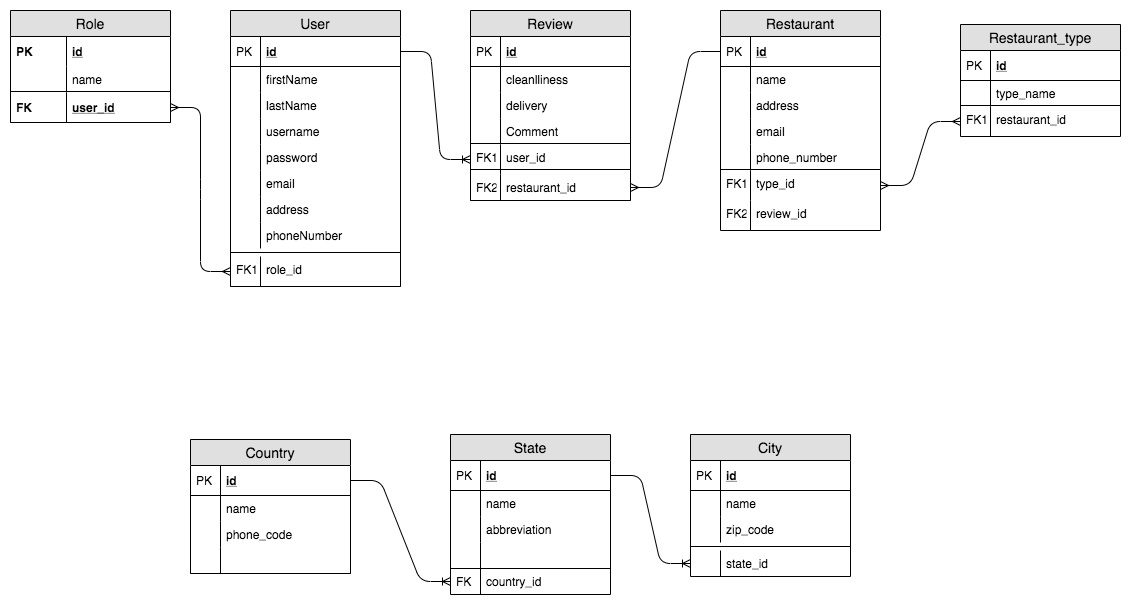
Before: foody-EntityDiagram.png, a diagram exported from draw.io (tttkhai/foody). Source tidied: cells renumbered, new cells last; positions are measured from the earlier drawing's top-left corner, leaving out a move shared by most shapes.
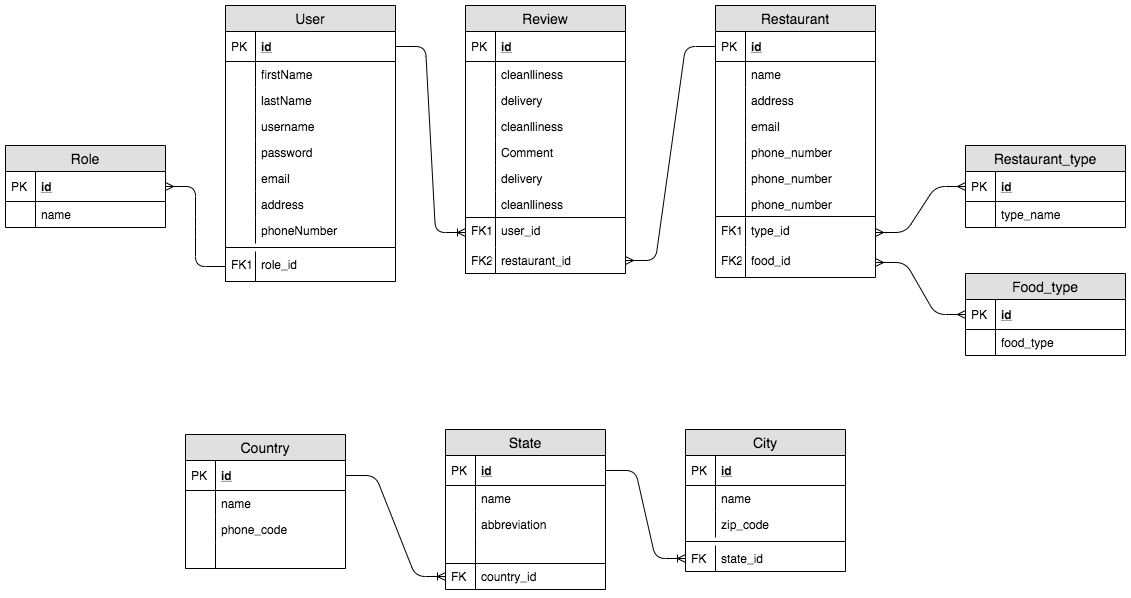
The same diagram one commit later.

Commit message:
update entity relationship diagram

Diff of the diagram source:
```diff
@@ -62,35 +62,8 @@
     <mxCell id="21" value="FK1" style="shape=partialRectangle;top=0;left=0;bottom=0;fillColor=none;align=left;verticalAlign=top;spacingLeft=4;spacingRight=4;overflow=hidden;fontSize=12;" parent="20" vertex="1">
       <mxGeometry width="30" height="30" as="geometry" />
     </mxCell>
-    <mxCell id="22" value="Role" style="swimlane;fontStyle=0;horizontal=1;startSize=26;fillColor=#e0e0e0;swimlaneFillColor=#ffffff;align=center;fontSize=14;" parent="1" vertex="1">
-      <mxGeometry width="160" height="112" as="geometry" />
-    </mxCell>
-    <mxCell id="23" value="id" style="shape=partialRectangle;top=0;left=0;right=0;bottom=0;align=left;verticalAlign=middle;fillColor=none;spacingLeft=60;spacingRight=4;overflow=hidden;fontStyle=5;fontSize=12;" parent="22" vertex="1">
-      <mxGeometry y="26" width="160" height="30" as="geometry" />
-    </mxCell>
-    <mxCell id="24" value="PK" style="shape=partialRectangle;fontStyle=1;top=0;left=0;bottom=0;fillColor=none;align=left;verticalAlign=middle;spacingLeft=4;spacingRight=4;overflow=hidden;fontSize=12;" parent="23" vertex="1">
-      <mxGeometry width="56" height="30" as="geometry" />
-    </mxCell>
-    <mxCell id="25" value="name" style="shape=partialRectangle;top=0;left=0;right=0;bottom=0;align=left;verticalAlign=top;fillColor=none;spacingLeft=60;spacingRight=4;overflow=hidden;fontSize=12;" parent="22" vertex="1">
-      <mxGeometry y="56" width="160" height="26" as="geometry" />
-    </mxCell>
-    <mxCell id="26" style="shape=partialRectangle;top=0;left=0;bottom=0;fillColor=none;align=left;verticalAlign=top;spacingLeft=4;spacingRight=4;overflow=hidden;fontSize=12;" parent="25" vertex="1">
-      <mxGeometry width="56" height="26" as="geometry" />
-    </mxCell>
-    <mxCell id="27" style="endArrow=none;html=1;rounded=0;" parent="22" edge="1">
-      <mxGeometry relative="1" as="geometry">
-        <mxPoint y="81" as="sourcePoint" />
-        <mxPoint x="160" y="81" as="targetPoint" />
-      </mxGeometry>
-    </mxCell>
-    <mxCell id="28" value="user_id" style="shape=partialRectangle;top=0;left=0;right=0;bottom=1;align=left;verticalAlign=middle;fillColor=none;spacingLeft=60;spacingRight=4;overflow=hidden;points=[[0,0.5],[1,0.5]];portConstraint=eastwest;fontStyle=5;fontSize=12;" parent="22" vertex="1">
-      <mxGeometry y="82" width="160" height="30" as="geometry" />
-    </mxCell>
-    <mxCell id="29" value="FK" style="shape=partialRectangle;fontStyle=1;top=0;left=0;bottom=0;fillColor=none;align=left;verticalAlign=middle;spacingLeft=4;spacingRight=4;overflow=hidden;fontSize=12;" parent="28" vertex="1">
-      <mxGeometry width="56" height="30" as="geometry" />
-    </mxCell>
     <mxCell id="30" value="Restaurant" style="swimlane;fontStyle=0;horizontal=1;startSize=26;fillColor=#e0e0e0;swimlaneFillColor=#ffffff;align=center;fontSize=14;" parent="1" vertex="1">
-      <mxGeometry x="710" width="160" height="220" as="geometry" />
+      <mxGeometry x="710" width="160" height="272" as="geometry" />
     </mxCell>
     <mxCell id="31" value="id" style="shape=partialRectangle;top=0;left=0;right=0;bottom=1;align=left;verticalAlign=middle;fillColor=none;spacingLeft=34;spacingRight=4;overflow=hidden;points=[[0,0.5],[1,0.5]];portConstraint=eastwest;fontStyle=5;fontSize=12;" parent="30" vertex="1">
       <mxGeometry y="26" width="160" height="30" as="geometry" />
@@ -116,26 +89,38 @@
     <mxCell id="38" style="shape=partialRectangle;top=0;left=0;bottom=0;fillColor=none;align=left;verticalAlign=top;spacingLeft=4;spacingRight=4;overflow=hidden;fontSize=12;" parent="37" vertex="1">
       <mxGeometry width="30" height="26" as="geometry" />
     </mxCell>
+    <mxCell id="107" value="phone_number" style="shape=partialRectangle;top=0;left=0;right=0;bottom=0;align=left;verticalAlign=top;fillColor=none;spacingLeft=34;spacingRight=4;overflow=hidden;fontSize=12;" parent="30" vertex="1">
+      <mxGeometry y="134" width="160" height="26" as="geometry" />
+    </mxCell>
+    <mxCell id="108" style="shape=partialRectangle;top=0;left=0;bottom=0;fillColor=none;align=left;verticalAlign=top;spacingLeft=4;spacingRight=4;overflow=hidden;fontSize=12;" parent="107" vertex="1">
+      <mxGeometry width="30" height="26" as="geometry" />
+    </mxCell>
+    <mxCell id="109" value="phone_number" style="shape=partialRectangle;top=0;left=0;right=0;bottom=0;align=left;verticalAlign=top;fillColor=none;spacingLeft=34;spacingRight=4;overflow=hidden;fontSize=12;" parent="30" vertex="1">
+      <mxGeometry y="160" width="160" height="26" as="geometry" />
+    </mxCell>
+    <mxCell id="110" style="shape=partialRectangle;top=0;left=0;bottom=0;fillColor=none;align=left;verticalAlign=top;spacingLeft=4;spacingRight=4;overflow=hidden;fontSize=12;" parent="109" vertex="1">
+      <mxGeometry width="30" height="26" as="geometry" />
+    </mxCell>
     <mxCell id="39" value="phone_number" style="shape=partialRectangle;top=0;left=0;right=0;bottom=0;align=left;verticalAlign=top;fillColor=none;spacingLeft=34;spacingRight=4;overflow=hidden;fontSize=12;" parent="30" vertex="1">
-      <mxGeometry y="134" width="160" height="26" as="geometry" />
+      <mxGeometry y="186" width="160" height="26" as="geometry" />
     </mxCell>
     <mxCell id="40" style="shape=partialRectangle;top=0;left=0;bottom=0;fillColor=none;align=left;verticalAlign=top;spacingLeft=4;spacingRight=4;overflow=hidden;fontSize=12;" parent="39" vertex="1">
       <mxGeometry width="30" height="26" as="geometry" />
     </mxCell>
+    <mxCell id="43" style="endArrow=none;html=1;rounded=0;" parent="30" edge="1">
+      <mxGeometry relative="1" as="geometry">
+        <mxPoint y="211" as="sourcePoint" />
+        <mxPoint x="160" y="211" as="targetPoint" />
+      </mxGeometry>
+    </mxCell>
     <mxCell id="41" value="type_id" style="shape=partialRectangle;top=0;left=0;right=0;bottom=0;align=left;verticalAlign=top;fillColor=none;spacingLeft=34;spacingRight=4;overflow=hidden;points=[[0,0.5],[1,0.5]];portConstraint=eastwest;fontSize=12;" parent="30" vertex="1">
-      <mxGeometry y="160" width="160" height="30" as="geometry" />
+      <mxGeometry y="212" width="160" height="30" as="geometry" />
     </mxCell>
     <mxCell id="42" value="FK1" style="shape=partialRectangle;top=0;left=0;bottom=0;fillColor=none;align=left;verticalAlign=top;spacingLeft=4;spacingRight=4;overflow=hidden;fontSize=12;" parent="41" vertex="1">
       <mxGeometry width="30" height="30" as="geometry" />
     </mxCell>
-    <mxCell id="43" style="endArrow=none;html=1;rounded=0;" parent="30" edge="1">
-      <mxGeometry relative="1" as="geometry">
-        <mxPoint y="159" as="sourcePoint" />
-        <mxPoint x="160" y="159" as="targetPoint" />
-      </mxGeometry>
-    </mxCell>
-    <mxCell id="44" value="review_id" style="shape=partialRectangle;top=0;left=0;right=0;bottom=0;align=left;verticalAlign=top;fillColor=none;spacingLeft=34;spacingRight=4;overflow=hidden;points=[[0,0.5],[1,0.5]];portConstraint=eastwest;fontSize=12;" parent="30" vertex="1">
-      <mxGeometry y="190" width="160" height="30" as="geometry" />
+    <mxCell id="44" value="food_id" style="shape=partialRectangle;top=0;left=0;right=0;bottom=0;align=left;verticalAlign=top;fillColor=none;spacingLeft=34;spacingRight=4;overflow=hidden;points=[[0,0.5],[1,0.5]];portConstraint=eastwest;fontSize=12;" parent="30" vertex="1">
+      <mxGeometry y="242" width="160" height="30" as="geometry" />
     </mxCell>
     <mxCell id="45" value="FK2" style="shape=partialRectangle;top=0;left=0;bottom=0;fillColor=none;align=left;verticalAlign=top;spacingLeft=4;spacingRight=4;overflow=hidden;fontSize=12;" parent="44" vertex="1">
       <mxGeometry width="30" height="30" as="geometry" />
@@ -167,7 +152,7 @@
     <mxCell id="54" value="state_id" style="shape=partialRectangle;top=0;left=0;right=0;bottom=0;align=left;verticalAlign=top;fillColor=none;spacingLeft=34;spacingRight=4;overflow=hidden;points=[[0,0.5],[1,0.5]];portConstraint=eastwest;fontSize=12;" parent="46" vertex="1">
       <mxGeometry y="116" width="160" height="26" as="geometry" />
     </mxCell>
-    <mxCell id="55" style="shape=partialRectangle;top=0;left=0;bottom=0;fillColor=none;align=left;verticalAlign=top;spacingLeft=4;spacingRight=4;overflow=hidden;fontSize=12;" parent="54" vertex="1">
+    <mxCell id="55" value="FK" style="shape=partialRectangle;top=0;left=0;bottom=0;fillColor=none;align=left;verticalAlign=top;spacingLeft=4;spacingRight=4;overflow=hidden;fontSize=12;" parent="54" vertex="1">
       <mxGeometry width="30" height="26" as="geometry" />
     </mxCell>
     <mxCell id="56" value="State" style="swimlane;fontStyle=0;horizontal=1;startSize=26;fillColor=#e0e0e0;swimlaneFillColor=#ffffff;align=center;fontSize=14;" parent="1" vertex="1">
@@ -243,7 +228,7 @@
       </mxGeometry>
     </mxCell>
     <mxCell id="78" value="Review" style="swimlane;fontStyle=0;horizontal=1;startSize=26;fillColor=#e0e0e0;swimlaneFillColor=#ffffff;align=center;fontSize=14;" parent="1" vertex="1">
-      <mxGeometry x="460" width="160" height="190" as="geometry" />
+      <mxGeometry x="460" width="160" height="268" as="geometry" />
     </mxCell>
     <mxCell id="79" value="id" style="shape=partialRectangle;top=0;left=0;right=0;bottom=1;align=left;verticalAlign=middle;fillColor=none;spacingLeft=34;spacingRight=4;overflow=hidden;fontStyle=5;fontSize=12;" parent="78" vertex="1">
       <mxGeometry y="26" width="160" height="30" as="geometry" />
@@ -263,44 +248,83 @@
     <mxCell id="84" style="shape=partialRectangle;top=0;left=0;bottom=0;fillColor=none;align=left;verticalAlign=top;spacingLeft=4;spacingRight=4;overflow=hidden;fontSize=12;" parent="83" vertex="1">
       <mxGeometry width="30" height="26" as="geometry" />
     </mxCell>
+    <mxCell id="111" value="cleanlliness" style="shape=partialRectangle;top=0;left=0;right=0;bottom=0;align=left;verticalAlign=top;fillColor=none;spacingLeft=34;spacingRight=4;overflow=hidden;fontSize=12;" parent="78" vertex="1">
+      <mxGeometry y="108" width="160" height="26" as="geometry" />
+    </mxCell>
+    <mxCell id="112" style="shape=partialRectangle;top=0;left=0;bottom=0;fillColor=none;align=left;verticalAlign=top;spacingLeft=4;spacingRight=4;overflow=hidden;fontSize=12;" parent="111" vertex="1">
+      <mxGeometry width="30" height="26" as="geometry" />
+    </mxCell>
     <mxCell id="85" value="Comment" style="shape=partialRectangle;top=0;left=0;right=0;bottom=0;align=left;verticalAlign=top;fillColor=none;spacingLeft=34;spacingRight=4;overflow=hidden;fontSize=12;" parent="78" vertex="1">
-      <mxGeometry y="108" width="160" height="26" as="geometry" />
+      <mxGeometry y="134" width="160" height="26" as="geometry" />
     </mxCell>
     <mxCell id="86" style="shape=partialRectangle;top=0;left=0;bottom=0;fillColor=none;align=left;verticalAlign=top;spacingLeft=4;spacingRight=4;overflow=hidden;fontSize=12;" parent="85" vertex="1">
       <mxGeometry width="30" height="26" as="geometry" />
     </mxCell>
-    <mxCell id="87" style="endArrow=none;html=1;rounded=0;" parent="78" edge="1">
-      <mxGeometry relative="1" as="geometry">
-        <mxPoint y="133" as="sourcePoint" />
-        <mxPoint x="160" y="133" as="targetPoint" />
-      </mxGeometry>
-    </mxCell>
+    <mxCell id="113" value="delivery" style="shape=partialRectangle;top=0;left=0;right=0;bottom=0;align=left;verticalAlign=top;fillColor=none;spacingLeft=34;spacingRight=4;overflow=hidden;fontSize=12;" parent="78" vertex="1">
+      <mxGeometry y="160" width="160" height="26" as="geometry" />
+    </mxCell>
+    <mxCell id="114" style="shape=partialRectangle;top=0;left=0;bottom=0;fillColor=none;align=left;verticalAlign=top;spacingLeft=4;spacingRight=4;overflow=hidden;fontSize=12;" parent="113" vertex="1">
+      <mxGeometry width="30" height="26" as="geometry" />
+    </mxCell>
+    <mxCell id="115" value="cleanlliness" style="shape=partialRectangle;top=0;left=0;right=0;bottom=0;align=left;verticalAlign=top;fillColor=none;spacingLeft=34;spacingRight=4;overflow=hidden;fontSize=12;" parent="78" vertex="1">
+      <mxGeometry y="186" width="160" height="26" as="geometry" />
+    </mxCell>
+    <mxCell id="116" style="shape=partialRectangle;top=0;left=0;bottom=0;fillColor=none;align=left;verticalAlign=top;spacingLeft=4;spacingRight=4;overflow=hidden;fontSize=12;" parent="115" vertex="1">
+      <mxGeometry width="30" height="26" as="geometry" />
+    </mxCell>
+    <mxCell id="90" style="endArrow=none;html=1;rounded=0;" parent="78" edge="1">
+      <mxGeometry relative="1" as="geometry">
+        <mxPoint y="212" as="sourcePoint" />
+        <mxPoint x="160" y="212" as="targetPoint" />
+      </mxGeometry>
+    </mxCell>
     <mxCell id="88" value="user_id" style="shape=partialRectangle;top=0;left=0;right=0;bottom=0;align=left;verticalAlign=top;fillColor=none;spacingLeft=34;spacingRight=4;overflow=hidden;points=[[0,0.5],[1,0.5]];portConstraint=eastwest;fontSize=12;" parent="78" vertex="1">
-      <mxGeometry y="134" width="160" height="30" as="geometry" />
+      <mxGeometry y="212" width="160" height="30" as="geometry" />
     </mxCell>
     <mxCell id="89" value="FK1" style="shape=partialRectangle;top=0;left=0;bottom=0;fillColor=none;align=left;verticalAlign=top;spacingLeft=4;spacingRight=4;overflow=hidden;fontSize=12;" parent="88" vertex="1">
       <mxGeometry width="30" height="30" as="geometry" />
     </mxCell>
-    <mxCell id="90" style="endArrow=none;html=1;rounded=0;" parent="78" edge="1">
-      <mxGeometry relative="1" as="geometry">
-        <mxPoint y="159" as="sourcePoint" />
-        <mxPoint x="160" y="159" as="targetPoint" />
-      </mxGeometry>
-    </mxCell>
     <mxCell id="91" value="restaurant_id" style="shape=partialRectangle;top=0;left=0;right=0;bottom=1;align=left;verticalAlign=top;fillColor=none;spacingLeft=34;spacingRight=4;overflow=hidden;points=[[0,0.5],[1,0.5]];portConstraint=eastwest;fontSize=12;" parent="78" vertex="1">
-      <mxGeometry y="164" width="160" height="26" as="geometry" />
+      <mxGeometry y="242" width="160" height="26" as="geometry" />
     </mxCell>
     <mxCell id="92" value="FK2" style="shape=partialRectangle;top=0;left=0;bottom=0;fillColor=none;align=left;verticalAlign=top;spacingLeft=4;spacingRight=4;overflow=hidden;fontSize=12;" parent="91" vertex="1">
       <mxGeometry width="30" height="26" as="geometry" />
     </mxCell>
-    <mxCell id="93" style="edgeStyle=entityRelationEdgeStyle;fontSize=12;html=1;endArrow=ERmany;startArrow=ERmany;exitX=1;exitY=0.5;exitDx=0;exitDy=0;entryX=0;entryY=0.5;entryDx=0;entryDy=0;" parent="1" edge="1" source="28" target="20">
-      <mxGeometry relative="1" as="geometry" />
-    </mxCell>
     <mxCell id="94" style="edgeStyle=entityRelationEdgeStyle;fontSize=12;html=1;endArrow=ERoneToMany;exitX=1;exitY=0.5;exitDx=0;exitDy=0;entryX=0;entryY=0.5;entryDx=0;entryDy=0;" parent="1" edge="1" source="3" target="88">
       <mxGeometry relative="1" as="geometry" />
     </mxCell>
+    <mxCell id="103" style="edgeStyle=entityRelationEdgeStyle;fontSize=12;html=1;endArrow=ERmany;startArrow=ERmany;entryX=0;entryY=0.5;entryDx=0;entryDy=0;exitX=1;exitY=0.5;exitDx=0;exitDy=0;" parent="1" edge="1" source="41" target="96">
+      <mxGeometry relative="1" as="geometry" />
+    </mxCell>
+    <mxCell id="104" style="edgeStyle=entityRelationEdgeStyle;fontSize=12;html=1;endArrow=ERoneToMany;exitX=1;exitY=0.5;exitDx=0;exitDy=0;entryX=0;entryY=0.5;entryDx=0;entryDy=0;" parent="1" edge="1" source="69" target="66">
+      <mxGeometry relative="1" as="geometry" />
+    </mxCell>
+    <mxCell id="105" style="edgeStyle=entityRelationEdgeStyle;fontSize=12;html=1;endArrow=ERoneToMany;exitX=1;exitY=0.5;exitDx=0;exitDy=0;entryX=0;entryY=0.5;entryDx=0;entryDy=0;" parent="1" edge="1" source="57" target="54">
+      <mxGeometry relative="1" as="geometry" />
+    </mxCell>
+    <mxCell id="106" style="edgeStyle=entityRelationEdgeStyle;fontSize=12;html=1;endArrow=none;startArrow=ERmany;entryX=0;entryY=0.5;entryDx=0;entryDy=0;exitX=1;exitY=0.5;exitDx=0;exitDy=0;endFill=0;" parent="1" edge="1" source="91" target="31">
+      <mxGeometry relative="1" as="geometry" />
+    </mxCell>
+    <mxCell id="117" value="Food_type" style="swimlane;fontStyle=0;horizontal=1;startSize=26;fillColor=#e0e0e0;swimlaneFillColor=#ffffff;align=center;fontSize=14;" parent="1" vertex="1">
+      <mxGeometry x="960" y="268" width="160" height="82" as="geometry" />
+    </mxCell>
+    <mxCell id="118" value="id" style="shape=partialRectangle;top=0;left=0;right=0;bottom=1;align=left;verticalAlign=middle;fillColor=none;spacingLeft=34;spacingRight=4;overflow=hidden;points=[[0,0.5],[1,0.5]];portConstraint=eastwest;fontStyle=5;fontSize=12;" parent="117" vertex="1">
+      <mxGeometry y="26" width="160" height="30" as="geometry" />
+    </mxCell>
+    <mxCell id="119" value="PK" style="shape=partialRectangle;top=0;left=0;bottom=0;fillColor=none;align=left;verticalAlign=middle;spacingLeft=4;spacingRight=4;overflow=hidden;fontSize=12;" parent="118" vertex="1">
+      <mxGeometry width="30" height="30" as="geometry" />
+    </mxCell>
+    <mxCell id="120" value="food_type" style="shape=partialRectangle;top=0;left=0;right=0;bottom=0;align=left;verticalAlign=top;fillColor=none;spacingLeft=34;spacingRight=4;overflow=hidden;fontSize=12;" parent="117" vertex="1">
+      <mxGeometry y="56" width="160" height="26" as="geometry" />
+    </mxCell>
+    <mxCell id="121" style="shape=partialRectangle;top=0;left=0;bottom=0;fillColor=none;align=left;verticalAlign=top;spacingLeft=4;spacingRight=4;overflow=hidden;fontSize=12;" parent="120" vertex="1">
+      <mxGeometry width="30" height="26" as="geometry" />
+    </mxCell>
+    <mxCell id="122" style="edgeStyle=entityRelationEdgeStyle;fontSize=12;html=1;endArrow=ERmany;startArrow=ERmany;entryX=0;entryY=0.5;entryDx=0;entryDy=0;exitX=1;exitY=0.5;exitDx=0;exitDy=0;" parent="1" edge="1" source="44" target="118">
+      <mxGeometry relative="1" as="geometry" />
+    </mxCell>
     <mxCell id="95" value="Restaurant_type" style="swimlane;fontStyle=0;horizontal=1;startSize=26;fillColor=#e0e0e0;swimlaneFillColor=#ffffff;align=center;fontSize=14;" parent="1" vertex="1">
-      <mxGeometry x="950" y="14" width="160" height="112" as="geometry" />
+      <mxGeometry x="960" y="140" width="160" height="82" as="geometry" />
     </mxCell>
     <mxCell id="96" value="id" style="shape=partialRectangle;top=0;left=0;right=0;bottom=1;align=left;verticalAlign=middle;fillColor=none;spacingLeft=34;spacingRight=4;overflow=hidden;points=[[0,0.5],[1,0.5]];portConstraint=eastwest;fontStyle=5;fontSize=12;" parent="95" vertex="1">
       <mxGeometry y="26" width="160" height="30" as="geometry" />
@@ -314,29 +338,23 @@
     <mxCell id="99" style="shape=partialRectangle;top=0;left=0;bottom=0;fillColor=none;align=left;verticalAlign=top;spacingLeft=4;spacingRight=4;overflow=hidden;fontSize=12;" parent="98" vertex="1">
       <mxGeometry width="30" height="26" as="geometry" />
     </mxCell>
-    <mxCell id="100" style="endArrow=none;html=1;rounded=0;" parent="95" edge="1">
-      <mxGeometry relative="1" as="geometry">
-        <mxPoint y="81" as="sourcePoint" />
-        <mxPoint x="160" y="81" as="targetPoint" />
-      </mxGeometry>
-    </mxCell>
-    <mxCell id="101" value="restaurant_id" style="shape=partialRectangle;top=0;left=0;right=0;bottom=0;align=left;verticalAlign=top;fillColor=none;spacingLeft=34;spacingRight=4;overflow=hidden;points=[[0,0.5],[1,0.5]];portConstraint=eastwest;fontSize=12;" parent="95" vertex="1">
-      <mxGeometry y="82" width="160" height="30" as="geometry" />
-    </mxCell>
-    <mxCell id="102" value="FK1" style="shape=partialRectangle;top=0;left=0;bottom=0;fillColor=none;align=left;verticalAlign=top;spacingLeft=4;spacingRight=4;overflow=hidden;fontSize=12;" parent="101" vertex="1">
-      <mxGeometry width="30" height="30" as="geometry" />
-    </mxCell>
-    <mxCell id="103" style="edgeStyle=entityRelationEdgeStyle;fontSize=12;html=1;endArrow=ERmany;startArrow=ERmany;entryX=0;entryY=0.5;entryDx=0;entryDy=0;exitX=1;exitY=0.5;exitDx=0;exitDy=0;" parent="1" edge="1" source="41" target="101">
-      <mxGeometry relative="1" as="geometry" />
-    </mxCell>
-    <mxCell id="104" style="edgeStyle=entityRelationEdgeStyle;fontSize=12;html=1;endArrow=ERoneToMany;exitX=1;exitY=0.5;exitDx=0;exitDy=0;entryX=0;entryY=0.5;entryDx=0;entryDy=0;" parent="1" edge="1" source="69" target="66">
-      <mxGeometry relative="1" as="geometry" />
-    </mxCell>
-    <mxCell id="105" style="edgeStyle=entityRelationEdgeStyle;fontSize=12;html=1;endArrow=ERoneToMany;exitX=1;exitY=0.5;exitDx=0;exitDy=0;entryX=0;entryY=0.5;entryDx=0;entryDy=0;" parent="1" edge="1" source="57" target="54">
-      <mxGeometry relative="1" as="geometry" />
-    </mxCell>
-    <mxCell id="106" style="edgeStyle=entityRelationEdgeStyle;fontSize=12;html=1;endArrow=none;startArrow=ERmany;entryX=0;entryY=0.5;entryDx=0;entryDy=0;exitX=1;exitY=0.5;exitDx=0;exitDy=0;endFill=0;" parent="1" edge="1" source="91" target="31">
-      <mxGeometry relative="1" as="geometry" />
-    </mxCell>
+    <mxCell id="123" style="edgeStyle=entityRelationEdgeStyle;fontSize=12;html=1;endArrow=none;startArrow=ERmany;entryX=0;entryY=0.5;entryDx=0;entryDy=0;exitX=1;exitY=0.5;exitDx=0;exitDy=0;endFill=0;" parent="1" edge="1" source="124" target="20">
+      <mxGeometry relative="1" as="geometry" />
+    </mxCell>
+    <mxCell id="22" value="Role" style="swimlane;fontStyle=0;horizontal=1;startSize=26;fillColor=#e0e0e0;swimlaneFillColor=#ffffff;align=center;fontSize=14;" parent="1" vertex="1">
+      <mxGeometry y="140" width="160" height="82" as="geometry" />
+    </mxCell>
+    <mxCell id="124" value="id" style="shape=partialRectangle;top=0;left=0;right=0;bottom=1;align=left;verticalAlign=middle;fillColor=none;spacingLeft=34;spacingRight=4;overflow=hidden;points=[[0,0.5],[1,0.5]];portConstraint=eastwest;fontStyle=5;fontSize=12;" parent="22" vertex="1">
+      <mxGeometry y="26" width="160" height="30" as="geometry" />
+    </mxCell>
+    <mxCell id="125" value="PK" style="shape=partialRectangle;top=0;left=0;bottom=0;fillColor=none;align=left;verticalAlign=middle;spacingLeft=4;spacingRight=4;overflow=hidden;fontSize=12;" parent="124" vertex="1">
+      <mxGeometry width="30" height="30" as="geometry" />
+    </mxCell>
+    <mxCell id="25" value="name" style="shape=partialRectangle;top=0;left=0;right=0;bottom=0;align=left;verticalAlign=top;fillColor=none;spacingLeft=34;spacingRight=4;overflow=hidden;fontSize=12;" parent="22" vertex="1">
+      <mxGeometry y="56" width="160" height="26" as="geometry" />
+    </mxCell>
+    <mxCell id="126" style="shape=partialRectangle;top=0;left=0;bottom=0;fillColor=none;align=left;verticalAlign=top;spacingLeft=4;spacingRight=4;overflow=hidden;fontSize=12;" parent="25" vertex="1">
+      <mxGeometry width="30" height="26" as="geometry" />
+    </mxCell>
   </root>
 </mxGraphModel>
```
